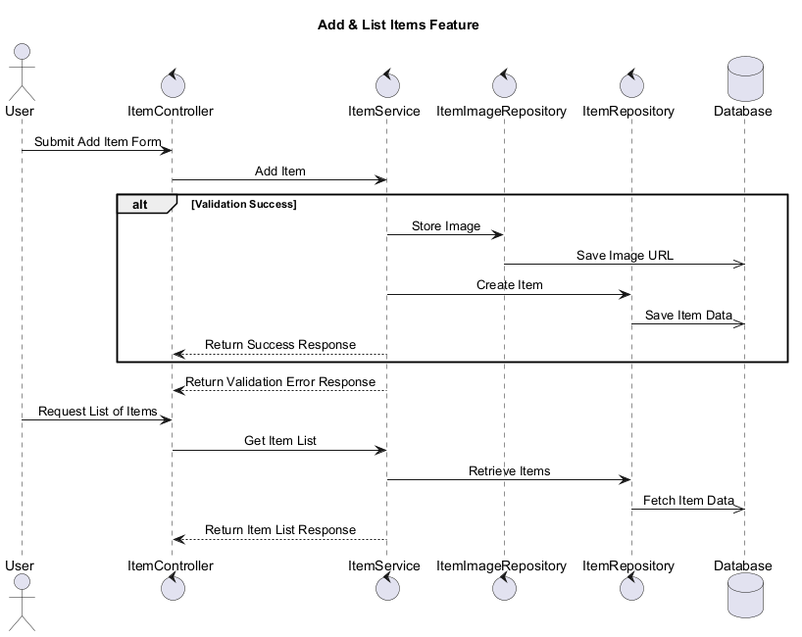
Dulneth210229/Auto-Forge-MAS keeps this PlantUML diagram as services/agentic_service/outputs/retail-store/feature-add-list-items/03_architecture/add_list_items_sequence_v1.png. Above is the earlier version. Source of this version:
```plantuml
@startuml
skinparam shadowing false
skinparam sequenceMessageAlign center

title Add & List Items Feature

actor "User" as ACTOR_001
control "ItemController" as CONTROL_001
control "ItemService" as CONTROL_002
control "ItemImageRepository" as CONTROL_003
control "ItemRepository" as CONTROL_004
database "Database" as DATABASE_001

ACTOR_001 -> CONTROL_001: Submit Add Item Form
CONTROL_001 -> CONTROL_002: Add Item
alt Validation Success
CONTROL_002 -> CONTROL_003: Store Image
CONTROL_003 ->> DATABASE_001: Save Image URL
CONTROL_002 -> CONTROL_004: Create Item
CONTROL_004 ->> DATABASE_001: Save Item Data
CONTROL_002 --> CONTROL_001: Return Success Response
end
CONTROL_002 --> CONTROL_001: Return Validation Error Response
ACTOR_001 -> CONTROL_001: Request List of Items
CONTROL_001 -> CONTROL_002: Get Item List
CONTROL_002 -> CONTROL_004: Retrieve Items
CONTROL_004 ->> DATABASE_001: Fetch Item Data
CONTROL_002 --> CONTROL_001: Return Item List Response

@enduml
```
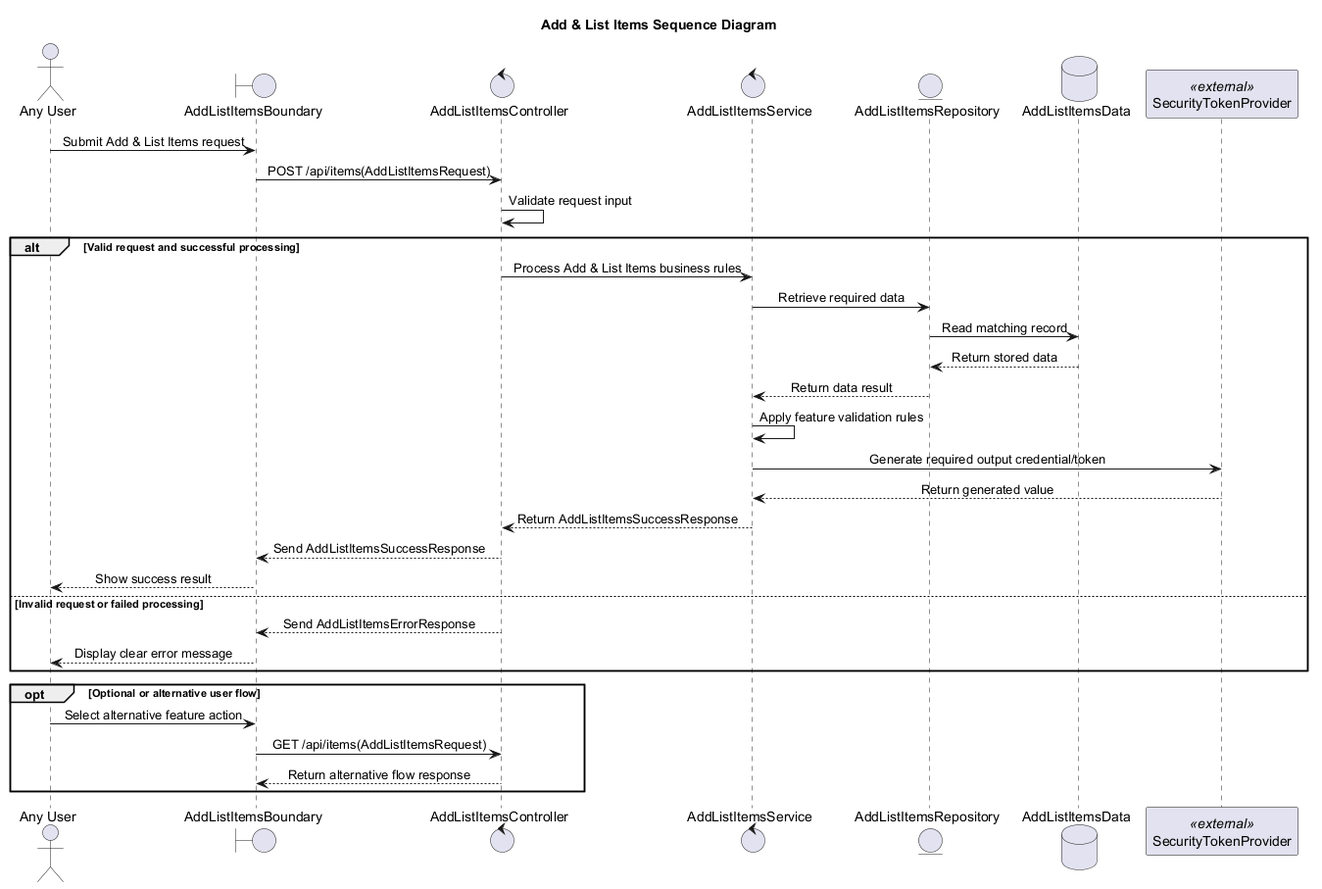
The same file after the commit.

The edit, as a diff of the source:
```diff
@@ -2,29 +2,39 @@
 skinparam shadowing false
 skinparam sequenceMessageAlign center
 
-title Add & List Items Feature
+title Add & List Items Sequence Diagram
 
-actor "User" as ACTOR_001
-control "ItemController" as CONTROL_001
-control "ItemService" as CONTROL_002
-control "ItemImageRepository" as CONTROL_003
-control "ItemRepository" as CONTROL_004
-database "Database" as DATABASE_001
+actor "Any User" as ACTOR_001
+boundary "AddListItemsBoundary" as BOUNDARY_001
+control "AddListItemsController" as CONTROL_001
+control "AddListItemsService" as CONTROL_002
+entity "AddListItemsRepository" as ENTITY_001
+database "AddListItemsData" as DATABASE_001
+participant "SecurityTokenProvider" as EXTERNAL_001 <<external>>
 
-ACTOR_001 -> CONTROL_001: Submit Add Item Form
-CONTROL_001 -> CONTROL_002: Add Item
-alt Validation Success
-CONTROL_002 -> CONTROL_003: Store Image
-CONTROL_003 ->> DATABASE_001: Save Image URL
-CONTROL_002 -> CONTROL_004: Create Item
-CONTROL_004 ->> DATABASE_001: Save Item Data
-CONTROL_002 --> CONTROL_001: Return Success Response
+ACTOR_001 -> BOUNDARY_001: Submit Add & List Items request
+BOUNDARY_001 -> CONTROL_001: POST /api/items(AddListItemsRequest)
+CONTROL_001 -> CONTROL_001: Validate request input
+alt Valid request and successful processing
+CONTROL_001 -> CONTROL_002: Process Add & List Items business rules
+CONTROL_002 -> ENTITY_001: Retrieve required data
+ENTITY_001 -> DATABASE_001: Read matching record
+DATABASE_001 --> ENTITY_001: Return stored data
+ENTITY_001 --> CONTROL_002: Return data result
+CONTROL_002 -> CONTROL_002: Apply feature validation rules
+CONTROL_002 -> EXTERNAL_001: Generate required output credential/token
+EXTERNAL_001 --> CONTROL_002: Return generated value
+CONTROL_002 --> CONTROL_001: Return AddListItemsSuccessResponse
+CONTROL_001 --> BOUNDARY_001: Send AddListItemsSuccessResponse
+BOUNDARY_001 --> ACTOR_001: Show success result
+else Invalid request or failed processing
+CONTROL_001 --> BOUNDARY_001: Send AddListItemsErrorResponse
+BOUNDARY_001 --> ACTOR_001: Display clear error message
 end
-CONTROL_002 --> CONTROL_001: Return Validation Error Response
-ACTOR_001 -> CONTROL_001: Request List of Items
-CONTROL_001 -> CONTROL_002: Get Item List
-CONTROL_002 -> CONTROL_004: Retrieve Items
-CONTROL_004 ->> DATABASE_001: Fetch Item Data
-CONTROL_002 --> CONTROL_001: Return Item List Response
+opt Optional or alternative user flow
+ACTOR_001 -> BOUNDARY_001: Select alternative feature action
+BOUNDARY_001 -> CONTROL_001: GET /api/items(AddListItemsRequest)
+CONTROL_001 --> BOUNDARY_001: Return alternative flow response
+end
 
 @enduml
```
